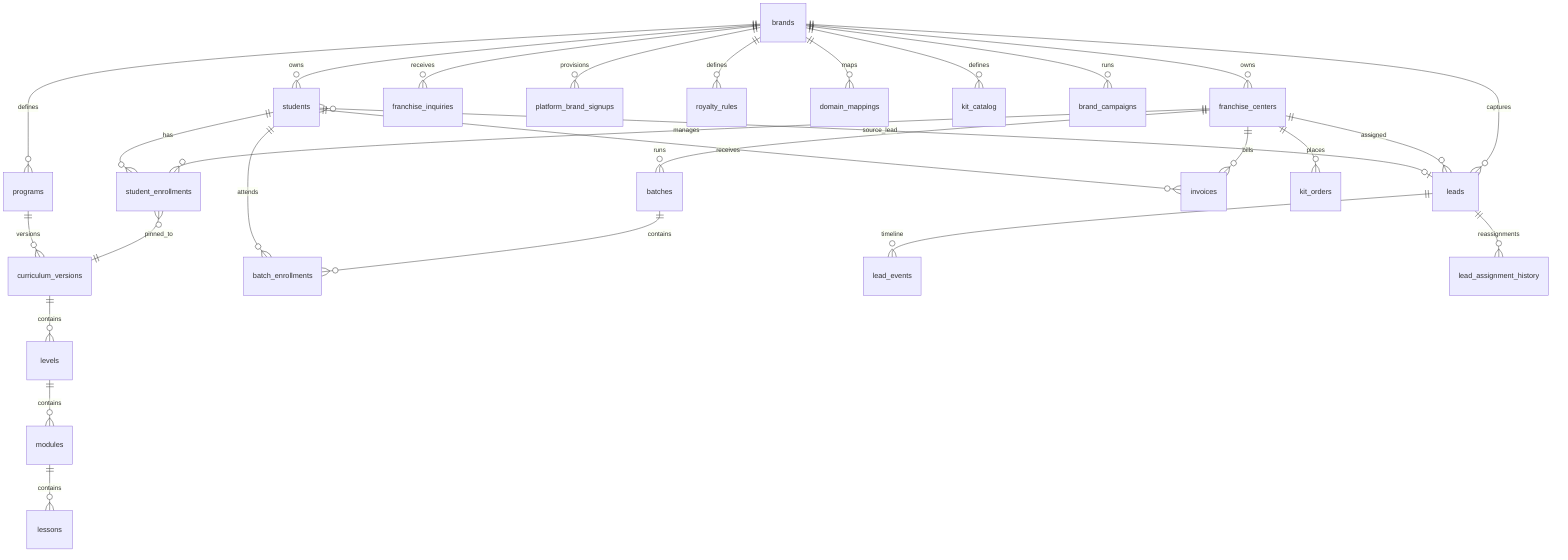
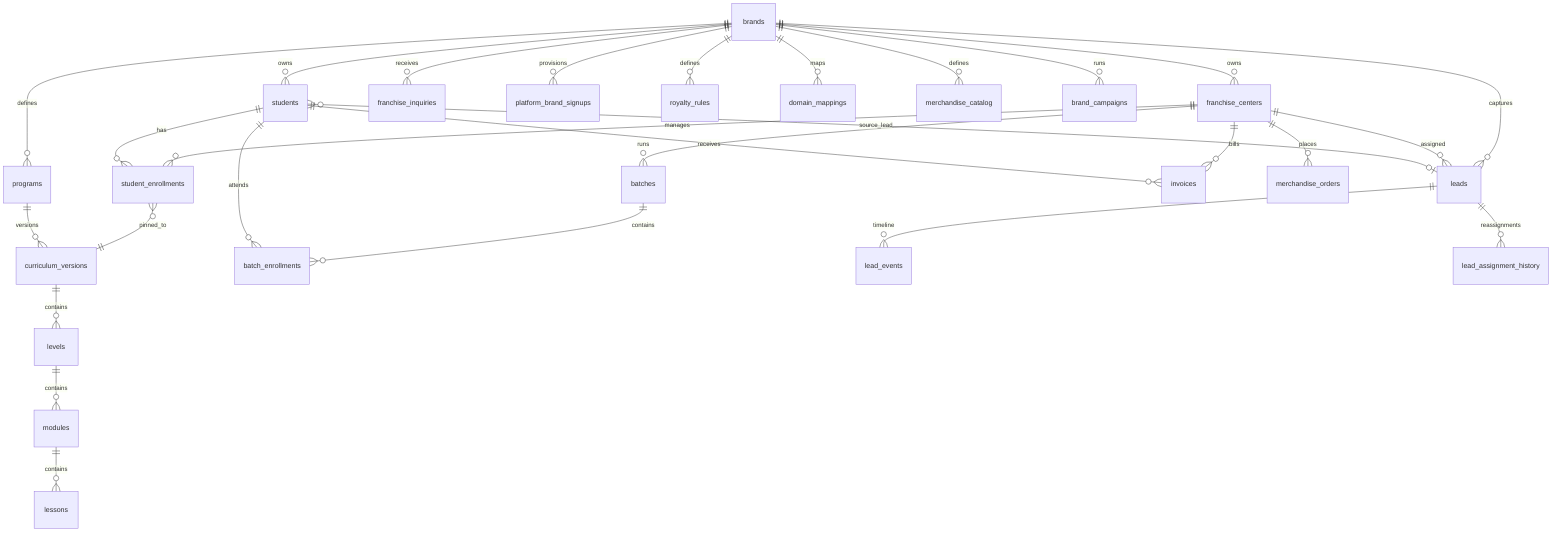
erDiagram
  brands ||--o{ franchise_centers : owns
  brands ||--o{ programs : defines
  brands ||--o{ students : owns
  brands ||--o{ leads : captures
  brands ||--o{ franchise_inquiries : receives
  brands ||--o{ platform_brand_signups : provisions
  franchise_centers ||--o{ student_enrollments : manages
  franchise_centers ||--o{ leads : assigned
  students ||--o{ student_enrollments : has
  students }o--o| leads : source_lead
  student_enrollments }o--|| curriculum_versions : pinned_to
  programs ||--o{ curriculum_versions : versions
  curriculum_versions ||--o{ levels : contains
  levels ||--o{ modules : contains
  modules ||--o{ lessons : contains
  franchise_centers ||--o{ batches : runs
  batches ||--o{ batch_enrollments : contains
  students ||--o{ batch_enrollments : attends
  franchise_centers ||--o{ invoices : bills
  students ||--o{ invoices : receives
  brands ||--o{ royalty_rules : defines
  brands ||--o{ domain_mappings : maps
  leads ||--o{ lead_events : timeline
  leads ||--o{ lead_assignment_history : reassignments
-   brands ||--o{ kit_catalog : defines
-   franchise_centers ||--o{ kit_orders : places
+   brands ||--o{ merchandise_catalog : defines
+   franchise_centers ||--o{ merchandise_orders : places
  brands ||--o{ brand_campaigns : runs
